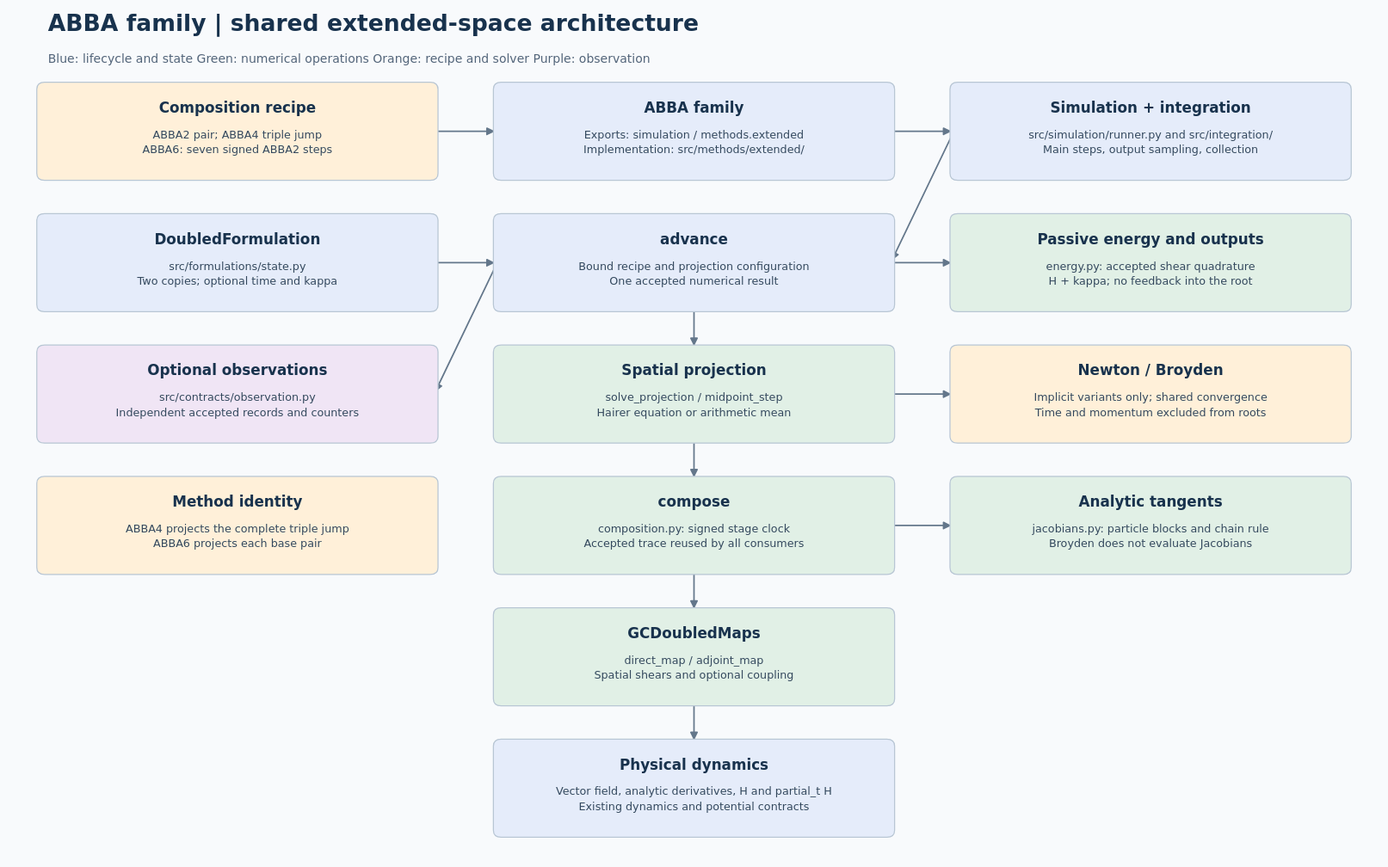
Earlier version of the PlantUML export docs/models/abba/simulation/abba-numerical-architecture.svg (Jugibe-52/GC2D_intranet). Its source is kept beside it as docs/models/abba/simulation/abba-numerical-architecture.puml. Source of this version:
```plantuml
@startdot
digraph architecture {
  graph [rankdir=TB, bgcolor="#f8fafc"];
  node [shape=box, style="rounded,filled", fontname="DejaVu Sans"];
  recipe [label="Composition recipe\nABBA2 pair; ABBA4 triple jump\nABBA6: seven signed ABBA2 steps", fillcolor="#fff0d9"];
  method [label="ABBA family\nExports: simulation / methods.extended\nImplementation: src/methods/extended/", fillcolor="#e5ecfa"];
  driver [label="Simulation + integration\nsrc/simulation/runner.py and src/integration/\nMain steps, output sampling, collection", fillcolor="#e5ecfa"];
  state [label="DoubledFormulation\nsrc/formulations/state.py\nTwo copies; optional time and kappa", fillcolor="#e5ecfa"];
  advance [label="advance\nBound recipe and projection configuration\nOne accepted numerical result", fillcolor="#e5ecfa"];
  energy [label="Passive energy and outputs\nenergy.py: accepted shear quadrature\nH + kappa; no feedback into the root", fillcolor="#e1f0e6"];
  observe [label="Optional observations\nsrc/contracts/observation.py\nIndependent accepted records and counters", fillcolor="#f0e5f5"];
  projection [label="Spatial projection\nsolve_projection / midpoint_step\nHairer equation or arithmetic mean", fillcolor="#e1f0e6"];
  solver [label="Newton / Broyden\nImplicit variants only; shared convergence\nTime and momentum excluded from roots", fillcolor="#fff0d9"];
  placement [label="Method identity\nABBA4 projects the complete triple jump\nABBA6 projects each base pair", fillcolor="#fff0d9"];
  compose [label="compose\ncomposition.py: signed stage clock\nAccepted trace reused by all consumers", fillcolor="#e1f0e6"];
  tangent [label="Analytic tangents\njacobians.py: particle blocks and chain rule\nBroyden does not evaluate Jacobians", fillcolor="#e1f0e6"];
  maps [label="GCDoubledMaps\ndirect_map / adjoint_map\nSpatial shears and optional coupling", fillcolor="#e1f0e6"];
  dynamics [label="Physical dynamics\nVector field, analytic derivatives, H and partial_t H\nExisting dynamics and potential contracts", fillcolor="#e5ecfa"];
  recipe -> method;
  method -> driver;
  driver -> advance;
  state -> advance;
  advance -> projection;
  advance -> energy;
  advance -> observe;
  projection -> compose;
  projection -> solver;
  compose -> tangent;
  compose -> maps;
  maps -> dynamics;
}
@enddot
```
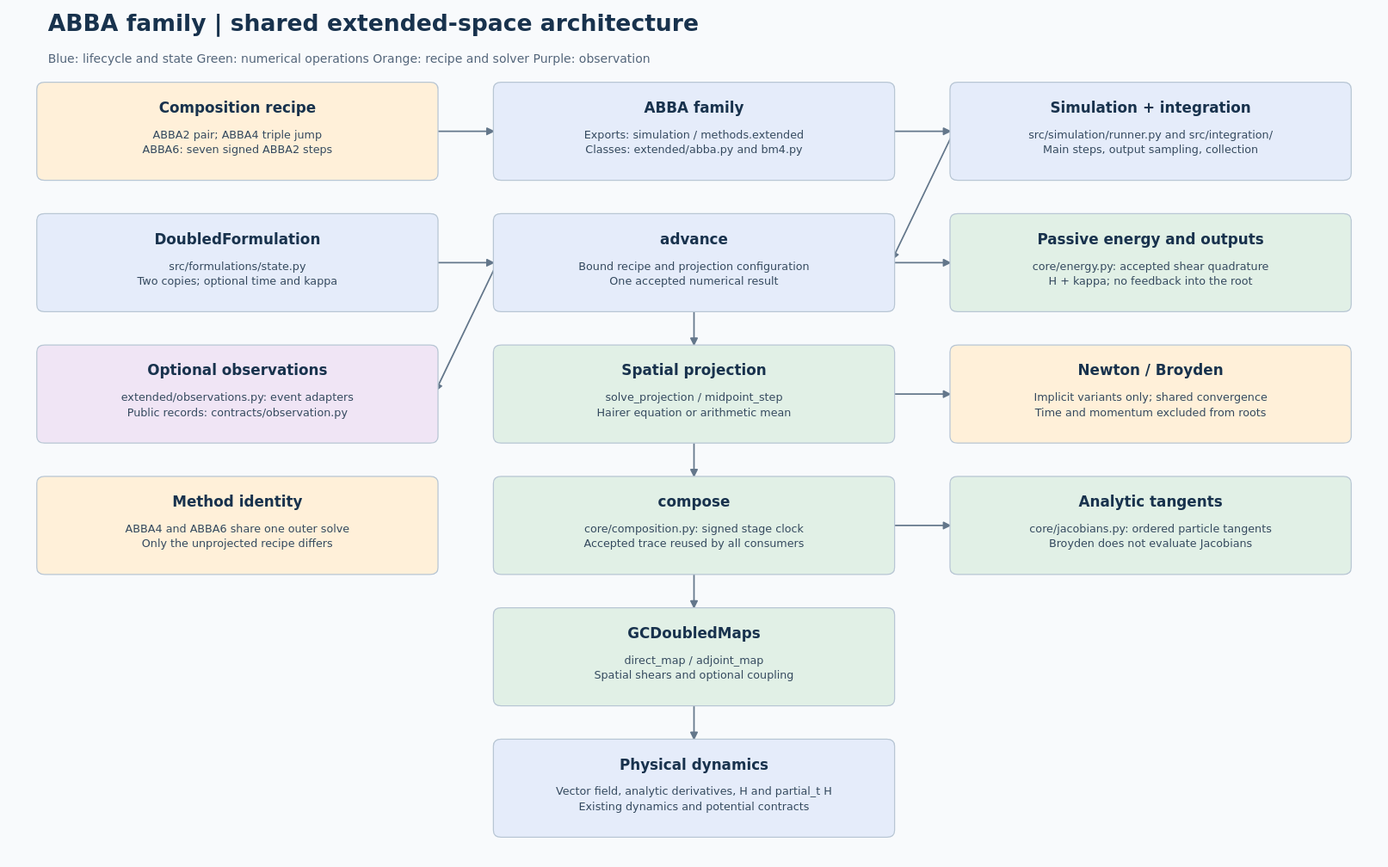
The same diagram one commit later.

What changed in the source:
```diff
@@ -3,17 +3,17 @@
   graph [rankdir=TB, bgcolor="#f8fafc"];
   node [shape=box, style="rounded,filled", fontname="DejaVu Sans"];
   recipe [label="Composition recipe\nABBA2 pair; ABBA4 triple jump\nABBA6: seven signed ABBA2 steps", fillcolor="#fff0d9"];
-  method [label="ABBA family\nExports: simulation / methods.extended\nImplementation: src/methods/extended/", fillcolor="#e5ecfa"];
+  method [label="ABBA family\nExports: simulation / methods.extended\nClasses: extended/abba.py and bm4.py", fillcolor="#e5ecfa"];
   driver [label="Simulation + integration\nsrc/simulation/runner.py and src/integration/\nMain steps, output sampling, collection", fillcolor="#e5ecfa"];
   state [label="DoubledFormulation\nsrc/formulations/state.py\nTwo copies; optional time and kappa", fillcolor="#e5ecfa"];
   advance [label="advance\nBound recipe and projection configuration\nOne accepted numerical result", fillcolor="#e5ecfa"];
-  energy [label="Passive energy and outputs\nenergy.py: accepted shear quadrature\nH + kappa; no feedback into the root", fillcolor="#e1f0e6"];
-  observe [label="Optional observations\nsrc/contracts/observation.py\nIndependent accepted records and counters", fillcolor="#f0e5f5"];
+  energy [label="Passive energy and outputs\ncore/energy.py: accepted shear quadrature\nH + kappa; no feedback into the root", fillcolor="#e1f0e6"];
+  observe [label="Optional observations\nextended/observations.py: event adapters\nPublic records: contracts/observation.py", fillcolor="#f0e5f5"];
   projection [label="Spatial projection\nsolve_projection / midpoint_step\nHairer equation or arithmetic mean", fillcolor="#e1f0e6"];
   solver [label="Newton / Broyden\nImplicit variants only; shared convergence\nTime and momentum excluded from roots", fillcolor="#fff0d9"];
-  placement [label="Method identity\nABBA4 projects the complete triple jump\nABBA6 projects each base pair", fillcolor="#fff0d9"];
-  compose [label="compose\ncomposition.py: signed stage clock\nAccepted trace reused by all consumers", fillcolor="#e1f0e6"];
-  tangent [label="Analytic tangents\njacobians.py: particle blocks and chain rule\nBroyden does not evaluate Jacobians", fillcolor="#e1f0e6"];
+  placement [label="Method identity\nABBA4 and ABBA6 share one outer solve\nOnly the unprojected recipe differs", fillcolor="#fff0d9"];
+  compose [label="compose\ncore/composition.py: signed stage clock\nAccepted trace reused by all consumers", fillcolor="#e1f0e6"];
+  tangent [label="Analytic tangents\ncore/jacobians.py: ordered particle tangents\nBroyden does not evaluate Jacobians", fillcolor="#e1f0e6"];
   maps [label="GCDoubledMaps\ndirect_map / adjoint_map\nSpatial shears and optional coupling", fillcolor="#e1f0e6"];
   dynamics [label="Physical dynamics\nVector field, analytic derivatives, H and partial_t H\nExisting dynamics and potential contracts", fillcolor="#e5ecfa"];
   recipe -> method;
```
